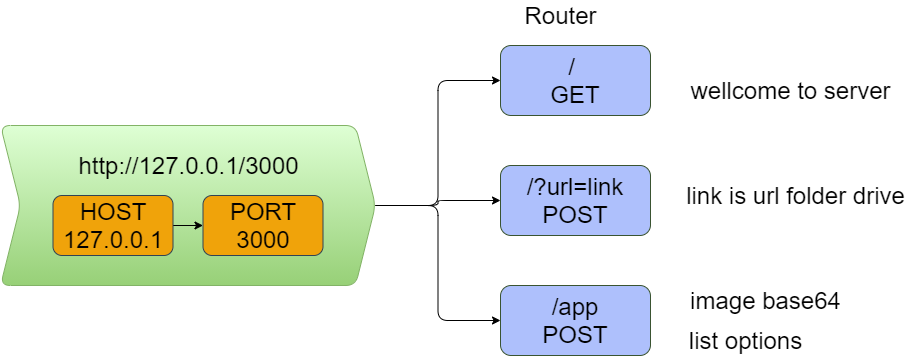
PhamTruongUit/IDCard_OCR keeps this draw.io diagram as docs/_API.drawio.png. Above is the earlier version. Source tidied: cells renumbered, new cells last; positions are measured from the earlier drawing's top-left corner, leaving out a move shared by most shapes.
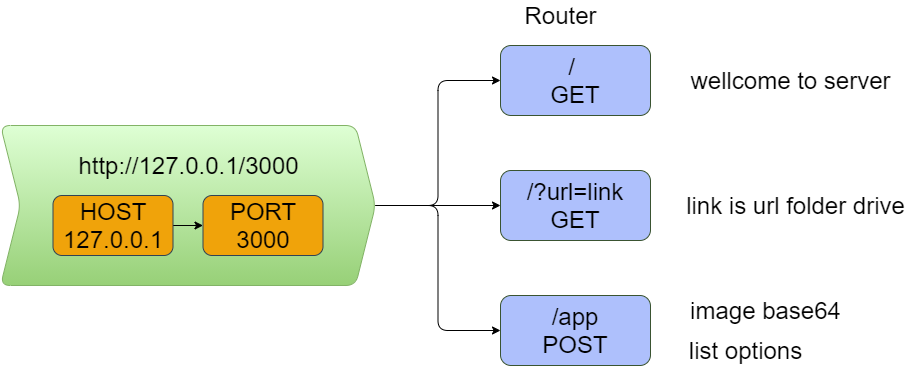
The same file after the commit.

Diff of the diagram source:
```diff
@@ -29,26 +29,26 @@
     <mxCell id="10" value="&lt;font style=&quot;font-size: 24px;&quot;&gt;/ &lt;br style=&quot;font-size: 24px;&quot;&gt;GET&lt;/font&gt;" style="whiteSpace=wrap;html=1;rounded=1;strokeColor=#3A5431;fillColor=#AEC0FC;fontSize=24;" parent="1" vertex="1">
       <mxGeometry x="500" y="45" width="150" height="70" as="geometry" />
     </mxCell>
-    <mxCell id="11" value="&lt;font style=&quot;font-size: 24px;&quot;&gt;/?url=link&lt;br style=&quot;font-size: 24px;&quot;&gt;POST&lt;/font&gt;" style="whiteSpace=wrap;html=1;rounded=1;strokeColor=#3A5431;fillColor=#AEC0FC;fontSize=24;" parent="1" vertex="1">
-      <mxGeometry x="500" y="165" width="150" height="70" as="geometry" />
+    <mxCell id="11" value="&lt;font style=&quot;font-size: 24px&quot;&gt;/?url=link&lt;br style=&quot;font-size: 24px&quot;&gt;GET&lt;br&gt;&lt;/font&gt;" style="whiteSpace=wrap;html=1;rounded=1;strokeColor=#3A5431;fillColor=#AEC0FC;fontSize=24;" parent="1" vertex="1">
+      <mxGeometry x="500" y="170" width="150" height="70" as="geometry" />
     </mxCell>
     <mxCell id="12" value="&lt;font style=&quot;font-size: 24px;&quot;&gt;/app&lt;br style=&quot;font-size: 24px;&quot;&gt;POST&lt;/font&gt;" style="whiteSpace=wrap;html=1;rounded=1;strokeColor=#3A5431;fillColor=#AEC0FC;fontSize=24;" parent="1" vertex="1">
-      <mxGeometry x="500" y="285" width="150" height="70" as="geometry" />
+      <mxGeometry x="500" y="295" width="150" height="70" as="geometry" />
     </mxCell>
     <mxCell id="13" value="&lt;font style=&quot;font-size: 24px;&quot;&gt;Router&lt;/font&gt;" style="text;html=1;align=center;verticalAlign=middle;strokeColor=none;fontSize=24;" parent="1" vertex="1">
       <mxGeometry x="515" width="90" height="30" as="geometry" />
     </mxCell>
     <mxCell id="14" value="&lt;font style=&quot;font-size: 24px;&quot;&gt;wellcome to server&lt;/font&gt;" style="text;html=1;align=center;verticalAlign=middle;strokeColor=none;fontSize=24;" parent="1" vertex="1">
-      <mxGeometry x="680" y="75" width="220" height="30" as="geometry" />
+      <mxGeometry x="680" y="65" width="220" height="30" as="geometry" />
     </mxCell>
     <mxCell id="15" value="&lt;font style=&quot;font-size: 24px;&quot;&gt;image base64&lt;/font&gt;" style="text;html=1;align=center;verticalAlign=middle;strokeColor=none;fontSize=24;" parent="1" vertex="1">
-      <mxGeometry x="680" y="285" width="170" height="30" as="geometry" />
+      <mxGeometry x="680" y="295" width="170" height="30" as="geometry" />
     </mxCell>
     <mxCell id="16" value="&lt;font style=&quot;font-size: 24px;&quot;&gt;list options&lt;/font&gt;" style="text;html=1;align=center;verticalAlign=middle;strokeColor=none;fontSize=24;" parent="1" vertex="1">
-      <mxGeometry x="680" y="325" width="130" height="30" as="geometry" />
+      <mxGeometry x="680" y="335" width="130" height="30" as="geometry" />
     </mxCell>
     <mxCell id="17" value="&lt;span style=&quot;font-size: 24px;&quot;&gt;link is&amp;nbsp;&lt;/span&gt;&lt;span style=&quot;font-size: 24px;&quot;&gt;url folder&amp;nbsp;&lt;/span&gt;&lt;span style=&quot;font-size: 24px;&quot;&gt;drive&lt;/span&gt;" style="text;html=1;align=center;verticalAlign=middle;strokeColor=none;fontSize=24;" parent="1" vertex="1">
-      <mxGeometry x="680" y="180" width="230" height="30" as="geometry" />
+      <mxGeometry x="680" y="190" width="230" height="30" as="geometry" />
     </mxCell>
   </root>
 </mxGraphModel>
```
